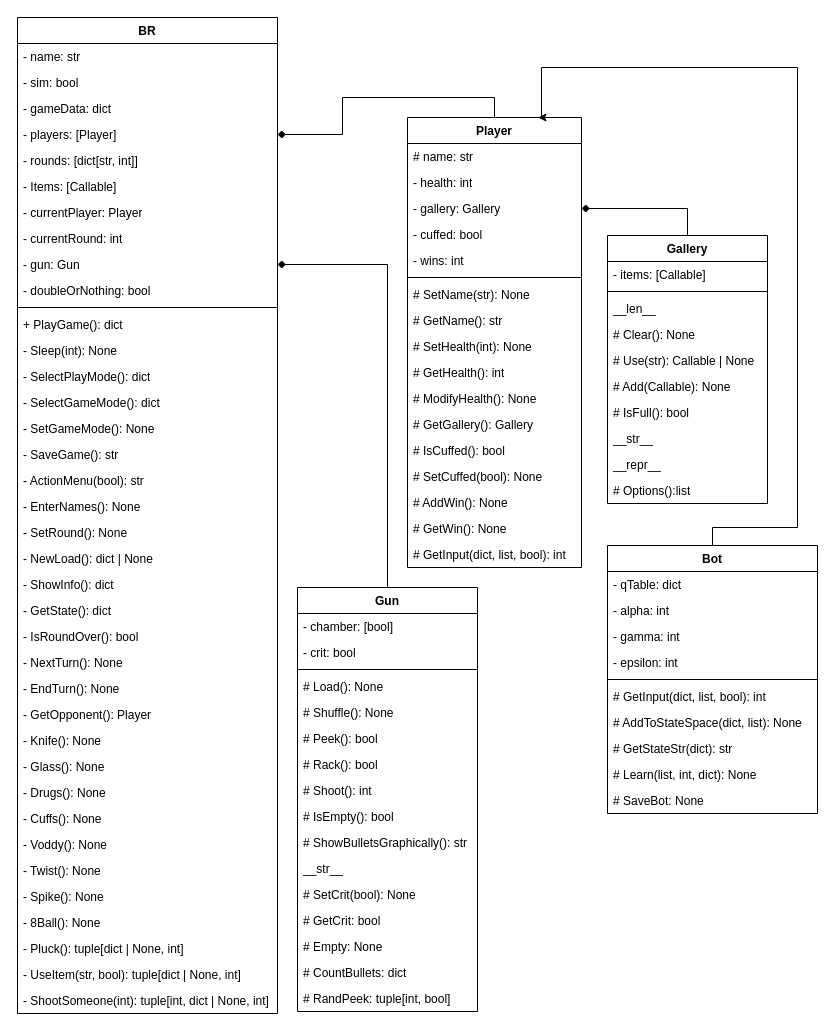
Above: BR_OOPDiagram.drawio in StreetTT/BackshotRoulette (draw.io), before the change. Source tidied: cells renumbered, new cells numbered last; positions are measured from the earlier drawing's top-left corner, leaving out a move shared by most shapes. Both pictures are drawn from the tidied source at 100%, with x=0, y=0 at pixel (17, 17).
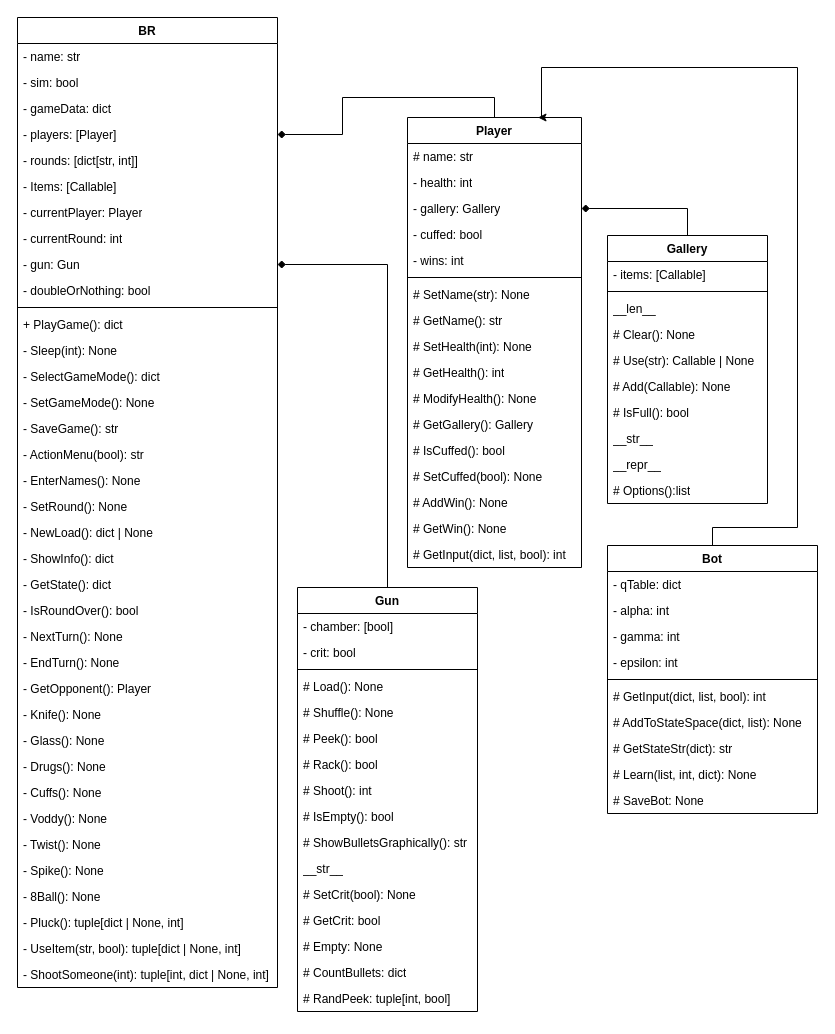
The same page after the edit.

Change to the diagram source:
```diff
@@
     <mxCell id="2" value="BR" style="swimlane;fontStyle=1;align=center;verticalAlign=top;horizontal=1;startSize=26;whiteSpace=wrap;html=1;" parent="1" vertex="1">
-      <mxGeometry width="260" height="996" as="geometry" />
+      <mxGeometry width="260" height="970" as="geometry" />
     </mxCell>
@@
-    <mxCell id="16" value="- SelectPlayMode(): dict" style="text;strokeColor=none;fillColor=none;align=left;verticalAlign=top;spacingLeft=4;spacingRight=4;overflow=hidden;whiteSpace=wrap;html=1;" parent="2" vertex="1">
-      <mxGeometry y="346" width="260" height="26" as="geometry" />
-    </mxCell>
     <mxCell id="17" value="- SelectGameMode(): dict" style="text;strokeColor=none;fillColor=none;align=left;verticalAlign=top;spacingLeft=4;spacingRight=4;overflow=hidden;whiteSpace=wrap;html=1;" parent="2" vertex="1">
-      <mxGeometry y="372" width="260" height="26" as="geometry" />
+      <mxGeometry y="346" width="260" height="26" as="geometry" />
     </mxCell>
     <mxCell id="18" value="- SetGameMode(): None" style="text;strokeColor=none;fillColor=none;align=left;verticalAlign=top;spacingLeft=4;spacingRight=4;overflow=hidden;whiteSpace=wrap;html=1;" parent="2" vertex="1">
-      <mxGeometry y="398" width="260" height="26" as="geometry" />
+      <mxGeometry y="372" width="260" height="26" as="geometry" />
     </mxCell>
     <mxCell id="19" value="- SaveGame(): str" style="text;strokeColor=none;fillColor=none;align=left;verticalAlign=top;spacingLeft=4;spacingRight=4;overflow=hidden;whiteSpace=wrap;html=1;" parent="2" vertex="1">
-      <mxGeometry y="424" width="260" height="26" as="geometry" />
+      <mxGeometry y="398" width="260" height="26" as="geometry" />
     </mxCell>
     <mxCell id="20" value="- ActionMenu(bool): str" style="text;strokeColor=none;fillColor=none;align=left;verticalAlign=top;spacingLeft=4;spacingRight=4;overflow=hidden;whiteSpace=wrap;html=1;" parent="2" vertex="1">
-      <mxGeometry y="450" width="260" height="26" as="geometry" />
+      <mxGeometry y="424" width="260" height="26" as="geometry" />
     </mxCell>
     <mxCell id="21" value="- EnterNames(): None" style="text;strokeColor=none;fillColor=none;align=left;verticalAlign=top;spacingLeft=4;spacingRight=4;overflow=hidden;whiteSpace=wrap;html=1;" parent="2" vertex="1">
-      <mxGeometry y="476" width="260" height="26" as="geometry" />
+      <mxGeometry y="450" width="260" height="26" as="geometry" />
     </mxCell>
     <mxCell id="22" value="- SetRound(): None" style="text;strokeColor=none;fillColor=none;align=left;verticalAlign=top;spacingLeft=4;spacingRight=4;overflow=hidden;whiteSpace=wrap;html=1;" parent="2" vertex="1">
-      <mxGeometry y="502" width="260" height="26" as="geometry" />
+      <mxGeometry y="476" width="260" height="26" as="geometry" />
     </mxCell>
     <mxCell id="23" value="- NewLoad(): dict | None" style="text;strokeColor=none;fillColor=none;align=left;verticalAlign=top;spacingLeft=4;spacingRight=4;overflow=hidden;whiteSpace=wrap;html=1;" parent="2" vertex="1">
-      <mxGeometry y="528" width="260" height="26" as="geometry" />
+      <mxGeometry y="502" width="260" height="26" as="geometry" />
     </mxCell>
     <mxCell id="24" value="- ShowInfo(): dict" style="text;strokeColor=none;fillColor=none;align=left;verticalAlign=top;spacingLeft=4;spacingRight=4;overflow=hidden;whiteSpace=wrap;html=1;" parent="2" vertex="1">
-      <mxGeometry y="554" width="260" height="26" as="geometry" />
+      <mxGeometry y="528" width="260" height="26" as="geometry" />
     </mxCell>
     <mxCell id="25" value="- GetState(): dict" style="text;strokeColor=none;fillColor=none;align=left;verticalAlign=top;spacingLeft=4;spacingRight=4;overflow=hidden;whiteSpace=wrap;html=1;" parent="2" vertex="1">
-      <mxGeometry y="580" width="260" height="26" as="geometry" />
+      <mxGeometry y="554" width="260" height="26" as="geometry" />
     </mxCell>
     <mxCell id="26" value="- IsRoundOver(): bool" style="text;strokeColor=none;fillColor=none;align=left;verticalAlign=top;spacingLeft=4;spacingRight=4;overflow=hidden;whiteSpace=wrap;html=1;" parent="2" vertex="1">
-      <mxGeometry y="606" width="260" height="26" as="geometry" />
+      <mxGeometry y="580" width="260" height="26" as="geometry" />
     </mxCell>
     <mxCell id="27" value="- NextTurn(): None" style="text;strokeColor=none;fillColor=none;align=left;verticalAlign=top;spacingLeft=4;spacingRight=4;overflow=hidden;whiteSpace=wrap;html=1;" parent="2" vertex="1">
-      <mxGeometry y="632" width="260" height="26" as="geometry" />
+      <mxGeometry y="606" width="260" height="26" as="geometry" />
     </mxCell>
     <mxCell id="28" value="- EndTurn(): None" style="text;strokeColor=none;fillColor=none;align=left;verticalAlign=top;spacingLeft=4;spacingRight=4;overflow=hidden;whiteSpace=wrap;html=1;" parent="2" vertex="1">
-      <mxGeometry y="658" width="260" height="26" as="geometry" />
+      <mxGeometry y="632" width="260" height="26" as="geometry" />
     </mxCell>
     <mxCell id="29" value="- GetOpponent(): Player" style="text;strokeColor=none;fillColor=none;align=left;verticalAlign=top;spacingLeft=4;spacingRight=4;overflow=hidden;whiteSpace=wrap;html=1;" parent="2" vertex="1">
-      <mxGeometry y="684" width="260" height="26" as="geometry" />
+      <mxGeometry y="658" width="260" height="26" as="geometry" />
     </mxCell>
     <mxCell id="30" value="- Knife(): None" style="text;strokeColor=none;fillColor=none;align=left;verticalAlign=top;spacingLeft=4;spacingRight=4;overflow=hidden;whiteSpace=wrap;html=1;" parent="2" vertex="1">
-      <mxGeometry y="710" width="260" height="26" as="geometry" />
+      <mxGeometry y="684" width="260" height="26" as="geometry" />
     </mxCell>
     <mxCell id="31" value="- Glass(): None" style="text;strokeColor=none;fillColor=none;align=left;verticalAlign=top;spacingLeft=4;spacingRight=4;overflow=hidden;whiteSpace=wrap;html=1;" parent="2" vertex="1">
-      <mxGeometry y="736" width="260" height="26" as="geometry" />
+      <mxGeometry y="710" width="260" height="26" as="geometry" />
     </mxCell>
     <mxCell id="32" value="- Drugs(): None" style="text;strokeColor=none;fillColor=none;align=left;verticalAlign=top;spacingLeft=4;spacingRight=4;overflow=hidden;whiteSpace=wrap;html=1;" parent="2" vertex="1">
-      <mxGeometry y="762" width="260" height="26" as="geometry" />
+      <mxGeometry y="736" width="260" height="26" as="geometry" />
     </mxCell>
     <mxCell id="33" value="- Cuffs(): None" style="text;strokeColor=none;fillColor=none;align=left;verticalAlign=top;spacingLeft=4;spacingRight=4;overflow=hidden;whiteSpace=wrap;html=1;" parent="2" vertex="1">
-      <mxGeometry y="788" width="260" height="26" as="geometry" />
+      <mxGeometry y="762" width="260" height="26" as="geometry" />
     </mxCell>
     <mxCell id="34" value="- Voddy(): None" style="text;strokeColor=none;fillColor=none;align=left;verticalAlign=top;spacingLeft=4;spacingRight=4;overflow=hidden;whiteSpace=wrap;html=1;" parent="2" vertex="1">
-      <mxGeometry y="814" width="260" height="26" as="geometry" />
+      <mxGeometry y="788" width="260" height="26" as="geometry" />
     </mxCell>
     <mxCell id="35" value="- Twist(): None" style="text;strokeColor=none;fillColor=none;align=left;verticalAlign=top;spacingLeft=4;spacingRight=4;overflow=hidden;whiteSpace=wrap;html=1;" parent="2" vertex="1">
-      <mxGeometry y="840" width="260" height="26" as="geometry" />
+      <mxGeometry y="814" width="260" height="26" as="geometry" />
     </mxCell>
     <mxCell id="36" value="- Spike(): None" style="text;strokeColor=none;fillColor=none;align=left;verticalAlign=top;spacingLeft=4;spacingRight=4;overflow=hidden;whiteSpace=wrap;html=1;" parent="2" vertex="1">
-      <mxGeometry y="866" width="260" height="26" as="geometry" />
+      <mxGeometry y="840" width="260" height="26" as="geometry" />
     </mxCell>
     <mxCell id="37" value="- 8Ball(): None" style="text;strokeColor=none;fillColor=none;align=left;verticalAlign=top;spacingLeft=4;spacingRight=4;overflow=hidden;whiteSpace=wrap;html=1;" parent="2" vertex="1">
-      <mxGeometry y="892" width="260" height="26" as="geometry" />
+      <mxGeometry y="866" width="260" height="26" as="geometry" />
     </mxCell>
     <mxCell id="38" value="- Pluck(): tuple[dict | None, int]" style="text;strokeColor=none;fillColor=none;align=left;verticalAlign=top;spacingLeft=4;spacingRight=4;overflow=hidden;whiteSpace=wrap;html=1;" parent="2" vertex="1">
-      <mxGeometry y="918" width="260" height="26" as="geometry" />
+      <mxGeometry y="892" width="260" height="26" as="geometry" />
     </mxCell>
     <mxCell id="39" value="- UseItem(str, bool): tuple[dict | None, int]" style="text;strokeColor=none;fillColor=none;align=left;verticalAlign=top;spacingLeft=4;spacingRight=4;overflow=hidden;whiteSpace=wrap;html=1;" parent="2" vertex="1">
-      <mxGeometry y="944" width="260" height="26" as="geometry" />
+      <mxGeometry y="918" width="260" height="26" as="geometry" />
     </mxCell>
     <mxCell id="40" value="- ShootSomeone(int): tuple[int, dict | None, int]" style="text;strokeColor=none;fillColor=none;align=left;verticalAlign=top;spacingLeft=4;spacingRight=4;overflow=hidden;whiteSpace=wrap;html=1;" parent="2" vertex="1">
-      <mxGeometry y="970" width="260" height="26" as="geometry" />
+      <mxGeometry y="944" width="260" height="26" as="geometry" />
     </mxCell>
```
